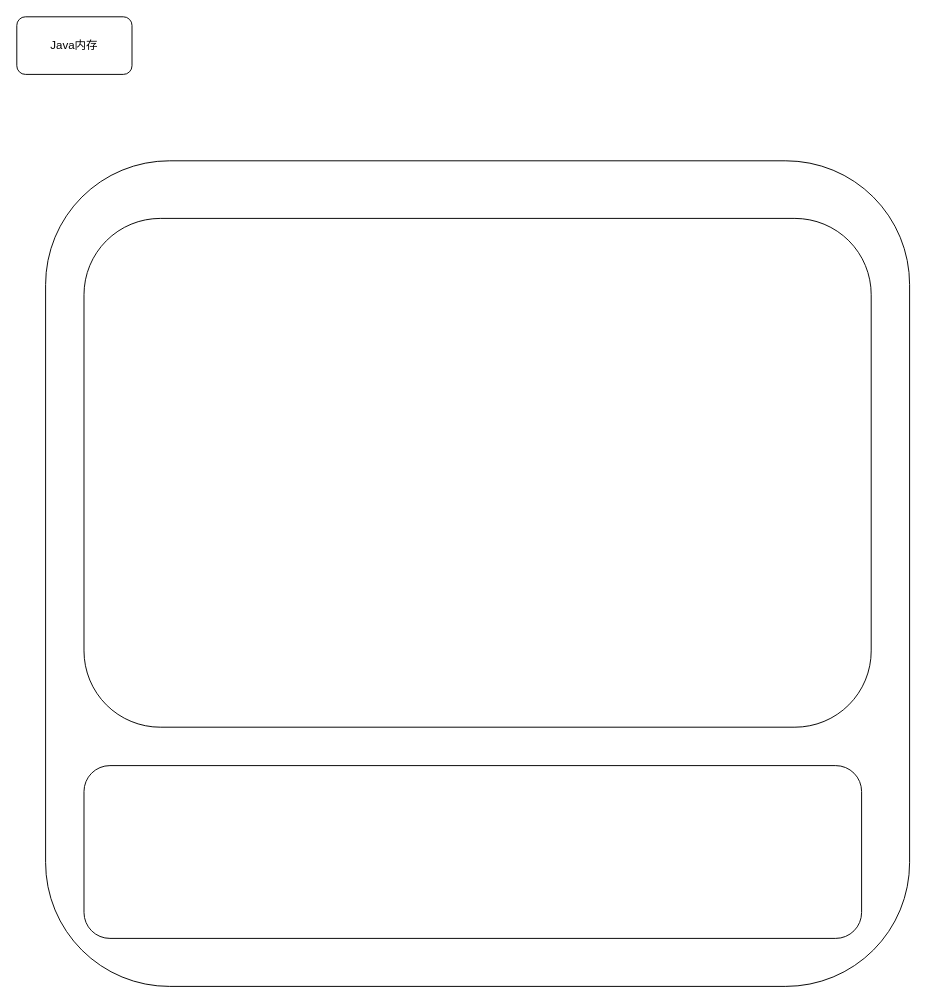
The draw.io diagram MindMap/Java内存分配.drawio in hourhl/Draw-io, before the edit. Source tidied: cells renumbered, new cells numbered last; positions are measured from the earlier drawing's top-left corner, leaving out a move shared by most shapes. Both pictures are drawn from the tidied source at 96%, with x=0, y=0 at pixel (16, 16).
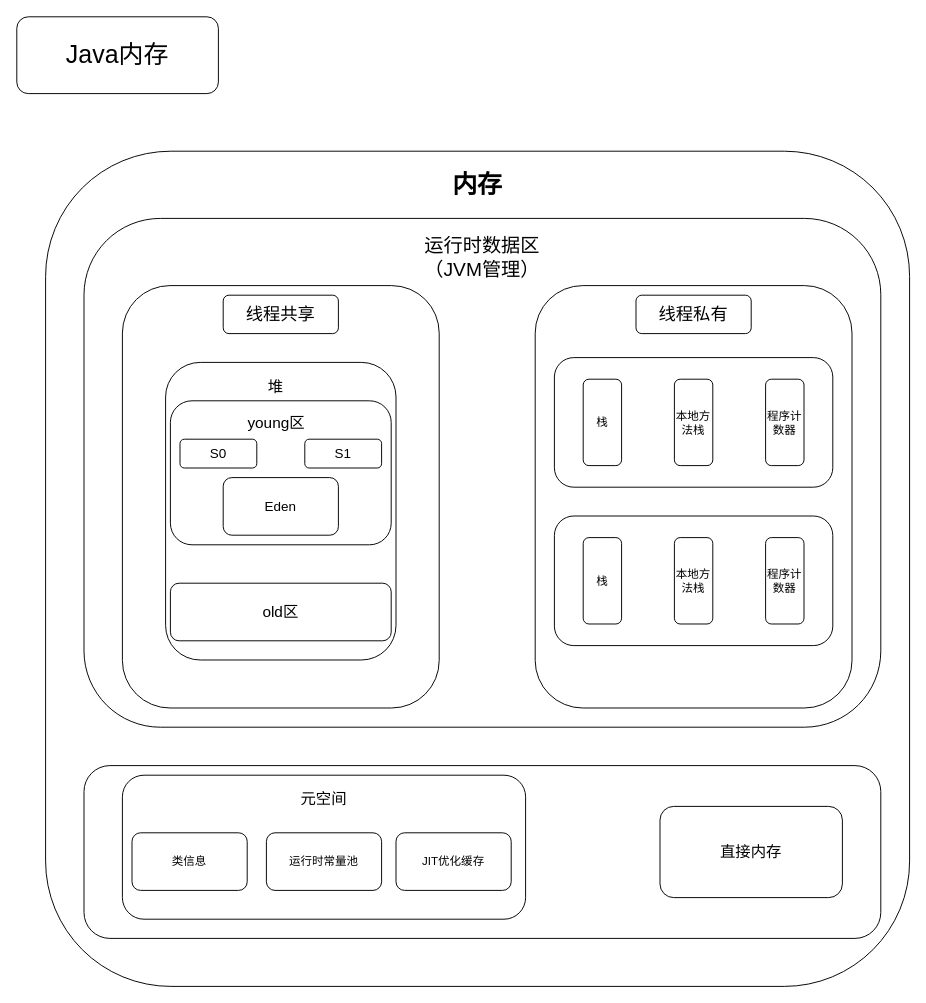
Above is the later version.

Commit message:
更新Java内存分配.drawio

Diff of the diagram source:
```diff
@@
-    <mxCell id="2" value="Java内存" style="rounded=1;whiteSpace=wrap;html=1;" parent="1" vertex="1">
-      <mxGeometry width="120" height="60" as="geometry" />
+    <mxCell id="2" value="&lt;font style=&quot;font-size: 26px;&quot;&gt;Java内存&lt;/font&gt;" style="rounded=1;whiteSpace=wrap;html=1;" parent="1" vertex="1">
+      <mxGeometry width="210" height="80" as="geometry" />
     </mxCell>
     <mxCell id="3" style="rounded=1;whiteSpace=wrap;html=1;" parent="1" vertex="1">
-      <mxGeometry x="30" y="150" width="900" height="860" as="geometry" />
+      <mxGeometry x="30" y="140" width="900" height="870" as="geometry" />
     </mxCell>
     <mxCell id="4" style="rounded=1;whiteSpace=wrap;html=1;" parent="1" vertex="1">
-      <mxGeometry x="70" y="210" width="820" height="530" as="geometry" />
+      <mxGeometry x="70" y="210" width="830" height="530" as="geometry" />
     </mxCell>
     <mxCell id="5" style="rounded=1;whiteSpace=wrap;html=1;" parent="1" vertex="1">
-      <mxGeometry x="70" y="780" width="810" height="180" as="geometry" />
+      <mxGeometry x="70" y="780" width="830" height="180" as="geometry" />
     </mxCell>
+    <mxCell id="6" style="rounded=1;whiteSpace=wrap;html=1;" parent="1" vertex="1">
+      <mxGeometry x="110" y="280" width="330" height="440" as="geometry" />
+    </mxCell>
+    <mxCell id="7" value="&lt;b&gt;&lt;font style=&quot;font-size: 26px;&quot;&gt;内存&lt;/font&gt;&lt;/b&gt;" style="rounded=1;whiteSpace=wrap;html=1;strokeColor=none;" parent="1" vertex="1">
+      <mxGeometry x="420" y="150" width="120" height="50" as="geometry" />
+    </mxCell>
+    <mxCell id="8" value="&lt;font style=&quot;font-size: 20px;&quot;&gt;运行时数据区&lt;/font&gt;&lt;div&gt;&lt;font style=&quot;font-size: 20px;&quot;&gt;（JVM管理）&lt;/font&gt;&lt;/div&gt;" style="rounded=1;whiteSpace=wrap;html=1;strokeColor=none;" parent="1" vertex="1">
+      <mxGeometry x="415" y="220" width="140" height="60" as="geometry" />
+    </mxCell>
+    <mxCell id="9" style="rounded=1;whiteSpace=wrap;html=1;" parent="1" vertex="1">
+      <mxGeometry x="540" y="280" width="330" height="440" as="geometry" />
+    </mxCell>
+    <mxCell id="10" value="&lt;font style=&quot;font-size: 18px;&quot;&gt;线程共享&lt;/font&gt;" style="rounded=1;whiteSpace=wrap;html=1;" parent="1" vertex="1">
+      <mxGeometry x="215" y="290" width="120" height="40" as="geometry" />
+    </mxCell>
+    <mxCell id="11" value="&lt;font style=&quot;font-size: 18px;&quot;&gt;线程私有&lt;/font&gt;" style="rounded=1;whiteSpace=wrap;html=1;" parent="1" vertex="1">
+      <mxGeometry x="645" y="290" width="120" height="40" as="geometry" />
+    </mxCell>
+    <mxCell id="12" style="rounded=1;whiteSpace=wrap;html=1;" parent="1" vertex="1">
+      <mxGeometry x="155" y="360" width="240" height="310" as="geometry" />
+    </mxCell>
+    <mxCell id="13" value="&lt;font style=&quot;font-size: 16px;&quot;&gt;堆&lt;/font&gt;" style="rounded=1;whiteSpace=wrap;html=1;strokeColor=none;" parent="1" vertex="1">
+      <mxGeometry x="210" y="370" width="120" height="30" as="geometry" />
+    </mxCell>
+    <mxCell id="14" style="rounded=1;whiteSpace=wrap;html=1;" parent="1" vertex="1">
+      <mxGeometry x="560" y="355" width="290" height="135" as="geometry" />
+    </mxCell>
+    <mxCell id="15" value="栈" style="rounded=1;whiteSpace=wrap;html=1;" parent="1" vertex="1">
+      <mxGeometry x="590" y="377.5" width="40" height="90" as="geometry" />
+    </mxCell>
+    <mxCell id="16" value="本地方法栈" style="rounded=1;whiteSpace=wrap;html=1;" parent="1" vertex="1">
+      <mxGeometry x="685" y="377.5" width="40" height="90" as="geometry" />
+    </mxCell>
+    <mxCell id="17" value="程序计数器" style="rounded=1;whiteSpace=wrap;html=1;" parent="1" vertex="1">
+      <mxGeometry x="780" y="377.5" width="40" height="90" as="geometry" />
+    </mxCell>
+    <mxCell id="18" style="rounded=1;whiteSpace=wrap;html=1;" parent="1" vertex="1">
+      <mxGeometry x="560" y="520" width="290" height="135" as="geometry" />
+    </mxCell>
+    <mxCell id="19" value="栈" style="rounded=1;whiteSpace=wrap;html=1;" parent="1" vertex="1">
+      <mxGeometry x="590" y="542.5" width="40" height="90" as="geometry" />
+    </mxCell>
+    <mxCell id="20" value="本地方法栈" style="rounded=1;whiteSpace=wrap;html=1;" parent="1" vertex="1">
+      <mxGeometry x="685" y="542.5" width="40" height="90" as="geometry" />
+    </mxCell>
+    <mxCell id="21" value="程序计数器" style="rounded=1;whiteSpace=wrap;html=1;" parent="1" vertex="1">
+      <mxGeometry x="780" y="542.5" width="40" height="90" as="geometry" />
+    </mxCell>
+    <mxCell id="22" style="rounded=1;whiteSpace=wrap;html=1;" parent="1" vertex="1">
+      <mxGeometry x="110" y="790" width="420" height="150" as="geometry" />
+    </mxCell>
+    <mxCell id="23" value="&lt;font style=&quot;font-size: 16px;&quot;&gt;直接内存&lt;/font&gt;" style="rounded=1;whiteSpace=wrap;html=1;" parent="1" vertex="1">
+      <mxGeometry x="670" y="822.5" width="190" height="95" as="geometry" />
+    </mxCell>
+    <mxCell id="24" style="rounded=1;whiteSpace=wrap;html=1;" parent="1" vertex="1">
+      <mxGeometry x="160" y="400" width="230" height="150" as="geometry" />
+    </mxCell>
+    <mxCell id="25" value="&lt;font style=&quot;font-size: 16px;&quot;&gt;old区&lt;/font&gt;" style="rounded=1;whiteSpace=wrap;html=1;" parent="1" vertex="1">
+      <mxGeometry x="160" y="590" width="230" height="60" as="geometry" />
+    </mxCell>
+    <mxCell id="26" value="&lt;font style=&quot;font-size: 16px;&quot;&gt;young区&lt;/font&gt;" style="rounded=1;whiteSpace=wrap;html=1;strokeColor=none;" parent="1" vertex="1">
+      <mxGeometry x="212.5" y="412.5" width="115" height="20" as="geometry" />
+    </mxCell>
+    <mxCell id="27" value="&lt;font style=&quot;font-size: 14px;&quot;&gt;S0&lt;/font&gt;" style="rounded=1;whiteSpace=wrap;html=1;" parent="1" vertex="1">
+      <mxGeometry x="170" y="440" width="80" height="30" as="geometry" />
+    </mxCell>
+    <mxCell id="28" value="&lt;font style=&quot;font-size: 14px;&quot;&gt;S1&lt;/font&gt;" style="rounded=1;whiteSpace=wrap;html=1;" parent="1" vertex="1">
+      <mxGeometry x="300" y="440" width="80" height="30" as="geometry" />
+    </mxCell>
+    <mxCell id="29" value="&lt;font style=&quot;font-size: 14px;&quot;&gt;Eden&lt;/font&gt;" style="rounded=1;whiteSpace=wrap;html=1;" parent="1" vertex="1">
+      <mxGeometry x="215" y="480" width="120" height="60" as="geometry" />
+    </mxCell>
+    <mxCell id="30" value="&lt;font style=&quot;font-size: 16px;&quot;&gt;元空间&lt;/font&gt;" style="rounded=1;whiteSpace=wrap;html=1;strokeColor=none;" parent="1" vertex="1">
+      <mxGeometry x="250" y="800" width="140" height="30" as="geometry" />
+    </mxCell>
+    <mxCell id="31" value="类信息" style="rounded=1;whiteSpace=wrap;html=1;" parent="1" vertex="1">
+      <mxGeometry x="120" y="850" width="120" height="60" as="geometry" />
+    </mxCell>
+    <mxCell id="32" value="运行时常量池" style="rounded=1;whiteSpace=wrap;html=1;" parent="1" vertex="1">
+      <mxGeometry x="260" y="850" width="120" height="60" as="geometry" />
+    </mxCell>
+    <mxCell id="33" value="JIT优化缓存" style="rounded=1;whiteSpace=wrap;html=1;" parent="1" vertex="1">
+      <mxGeometry x="395" y="850" width="120" height="60" as="geometry" />
+    </mxCell>
```
